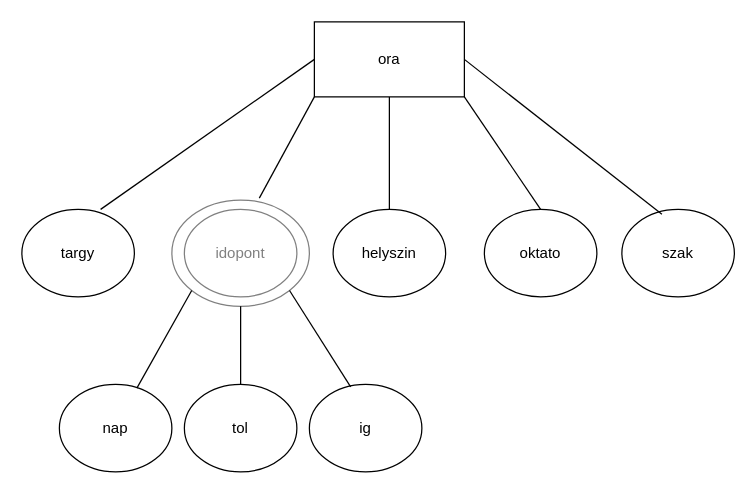
kilesz/I5XJTC_XMLGyak keeps this draw.io diagram as I5XJTC_0927/I5XJTC.orarendER.drawio. Above is the earlier version. Source tidied: cells renumbered, new cells numbered last; positions are measured from the earlier drawing's top-left corner, leaving out a move shared by most shapes. Both pictures are drawn from the tidied source at 125%, with x=0, y=0 at pixel (21, 21).
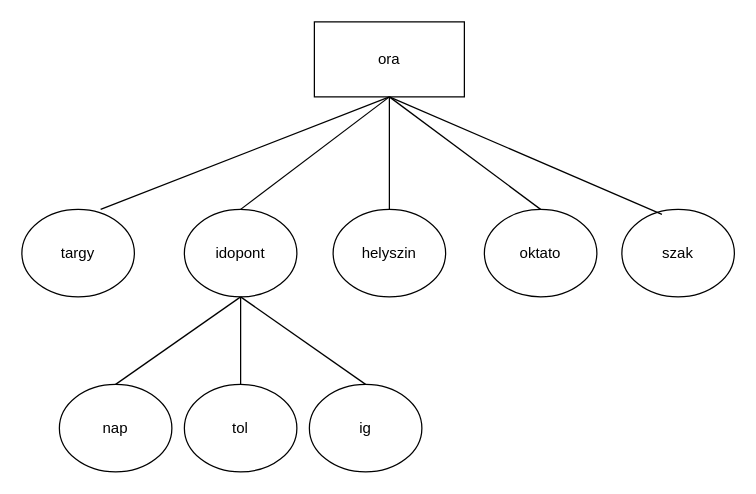
After the change.

The edit, as a diff of the source:
```diff
@@
 <mxGraphModel>
   <root>
     <mxCell id="0" />
     <mxCell id="1" parent="0" />
     <mxCell id="2" value="ora" style="rounded=0;whiteSpace=wrap;html=1;" parent="1" vertex="1">
       <mxGeometry x="234" width="120" height="60" as="geometry" />
     </mxCell>
     <mxCell id="3" value="idopont" style="ellipse;whiteSpace=wrap;html=1;" parent="1" vertex="1">
       <mxGeometry x="130" y="150" width="90" height="70" as="geometry" />
     </mxCell>
     <mxCell id="4" value="targy" style="ellipse;whiteSpace=wrap;html=1;" parent="1" vertex="1">
       <mxGeometry y="150" width="90" height="70" as="geometry" />
     </mxCell>
     <mxCell id="5" value="helyszin" style="ellipse;whiteSpace=wrap;html=1;" parent="1" vertex="1">
       <mxGeometry x="249" y="150" width="90" height="70" as="geometry" />
     </mxCell>
     <mxCell id="6" value="oktato" style="ellipse;whiteSpace=wrap;html=1;" parent="1" vertex="1">
       <mxGeometry x="370" y="150" width="90" height="70" as="geometry" />
     </mxCell>
     <mxCell id="7" value="nap" style="ellipse;whiteSpace=wrap;html=1;" parent="1" vertex="1">
       <mxGeometry x="30" y="290" width="90" height="70" as="geometry" />
     </mxCell>
     <mxCell id="8" value="tol" style="ellipse;whiteSpace=wrap;html=1;" parent="1" vertex="1">
       <mxGeometry x="130" y="290" width="90" height="70" as="geometry" />
     </mxCell>
     <mxCell id="9" value="ig" style="ellipse;whiteSpace=wrap;html=1;" parent="1" vertex="1">
       <mxGeometry x="230" y="290" width="90" height="70" as="geometry" />
     </mxCell>
-    <mxCell id="10" style="ellipse;whiteSpace=wrap;html=1;opacity=50;" parent="1" vertex="1">
-      <mxGeometry x="120" y="142.5" width="110" height="85" as="geometry" />
-    </mxCell>
     <mxCell id="11" value="szak" style="ellipse;whiteSpace=wrap;html=1;" parent="1" vertex="1">
       <mxGeometry x="480" y="150" width="90" height="70" as="geometry" />
     </mxCell>
-    <mxCell id="12" style="endArrow=none;html=1;rounded=0;entryX=0.5;entryY=1;entryDx=0;entryDy=0;exitX=0.5;exitY=0;exitDx=0;exitDy=0;" parent="1" edge="1" source="8" target="10">
-      <mxGeometry relative="1" as="geometry" />
-    </mxCell>
-    <mxCell id="13" style="endArrow=none;html=1;rounded=0;entryX=1;entryY=1;entryDx=0;entryDy=0;exitX=0.367;exitY=0.029;exitDx=0;exitDy=0;exitPerimeter=0;" parent="1" edge="1" source="9" target="10">
-      <mxGeometry relative="1" as="geometry" />
-    </mxCell>
-    <mxCell id="14" style="endArrow=none;html=1;rounded=0;entryX=0;entryY=1;entryDx=0;entryDy=0;exitX=0.689;exitY=0.043;exitDx=0;exitDy=0;exitPerimeter=0;" parent="1" edge="1" source="7" target="10">
-      <mxGeometry relative="1" as="geometry" />
-    </mxCell>
-    <mxCell id="15" style="endArrow=none;html=1;rounded=0;entryX=0;entryY=0.5;entryDx=0;entryDy=0;exitX=0.7;exitY=0;exitDx=0;exitDy=0;exitPerimeter=0;" parent="1" edge="1" source="4" target="2">
+    <mxCell id="15" style="endArrow=none;html=1;rounded=0;entryX=0.5;entryY=1;entryDx=0;entryDy=0;exitX=0.7;exitY=0;exitDx=0;exitDy=0;exitPerimeter=0;" parent="1" edge="1" source="4" target="2">
       <mxGeometry relative="1" as="geometry" />
     </mxCell>
-    <mxCell id="16" style="endArrow=none;html=1;rounded=0;entryX=0;entryY=1;entryDx=0;entryDy=0;exitX=0.636;exitY=-0.018;exitDx=0;exitDy=0;exitPerimeter=0;" parent="1" edge="1" source="10" target="2">
-      <mxGeometry relative="1" as="geometry" />
-    </mxCell>
     <mxCell id="17" style="endArrow=none;html=1;rounded=0;entryX=0.5;entryY=1;entryDx=0;entryDy=0;exitX=0.5;exitY=0;exitDx=0;exitDy=0;" parent="1" edge="1" source="5" target="2">
       <mxGeometry relative="1" as="geometry" />
     </mxCell>
-    <mxCell id="18" style="endArrow=none;html=1;rounded=0;entryX=1;entryY=1;entryDx=0;entryDy=0;exitX=0.5;exitY=0;exitDx=0;exitDy=0;" parent="1" edge="1" source="6" target="2">
+    <mxCell id="18" style="endArrow=none;html=1;rounded=0;entryX=0.5;entryY=1;entryDx=0;entryDy=0;exitX=0.5;exitY=0;exitDx=0;exitDy=0;" parent="1" edge="1" source="6" target="2">
       <mxGeometry relative="1" as="geometry" />
     </mxCell>
-    <mxCell id="19" style="endArrow=none;html=1;rounded=0;entryX=1;entryY=0.5;entryDx=0;entryDy=0;exitX=0.356;exitY=0.057;exitDx=0;exitDy=0;exitPerimeter=0;" parent="1" edge="1" source="11" target="2">
+    <mxCell id="19" style="endArrow=none;html=1;rounded=0;entryX=0.5;entryY=1;entryDx=0;entryDy=0;exitX=0.356;exitY=0.057;exitDx=0;exitDy=0;exitPerimeter=0;" parent="1" edge="1" source="11" target="2">
       <mxGeometry relative="1" as="geometry" />
     </mxCell>
+    <mxCell id="20" style="endArrow=none;html=1;rounded=0;entryX=0.5;entryY=1;entryDx=0;entryDy=0;exitX=0.5;exitY=0;exitDx=0;exitDy=0;" parent="1" edge="1" source="3" target="2">
+      <mxGeometry relative="1" as="geometry" />
+    </mxCell>
+    <mxCell id="21" style="endArrow=none;html=1;rounded=0;entryX=0.5;entryY=1;entryDx=0;entryDy=0;exitX=0.5;exitY=0;exitDx=0;exitDy=0;" parent="1" edge="1" source="9" target="3">
+      <mxGeometry relative="1" as="geometry" />
+    </mxCell>
+    <mxCell id="22" style="endArrow=none;html=1;rounded=0;entryX=0.5;entryY=1;entryDx=0;entryDy=0;exitX=0.5;exitY=0;exitDx=0;exitDy=0;" parent="1" edge="1" source="8" target="3">
+      <mxGeometry relative="1" as="geometry" />
+    </mxCell>
+    <mxCell id="23" style="endArrow=none;html=1;rounded=0;entryX=0.5;entryY=1;entryDx=0;entryDy=0;exitX=0.5;exitY=0;exitDx=0;exitDy=0;" parent="1" edge="1" source="7" target="3">
+      <mxGeometry relative="1" as="geometry" />
+    </mxCell>
   </root>
 </mxGraphModel>
```
